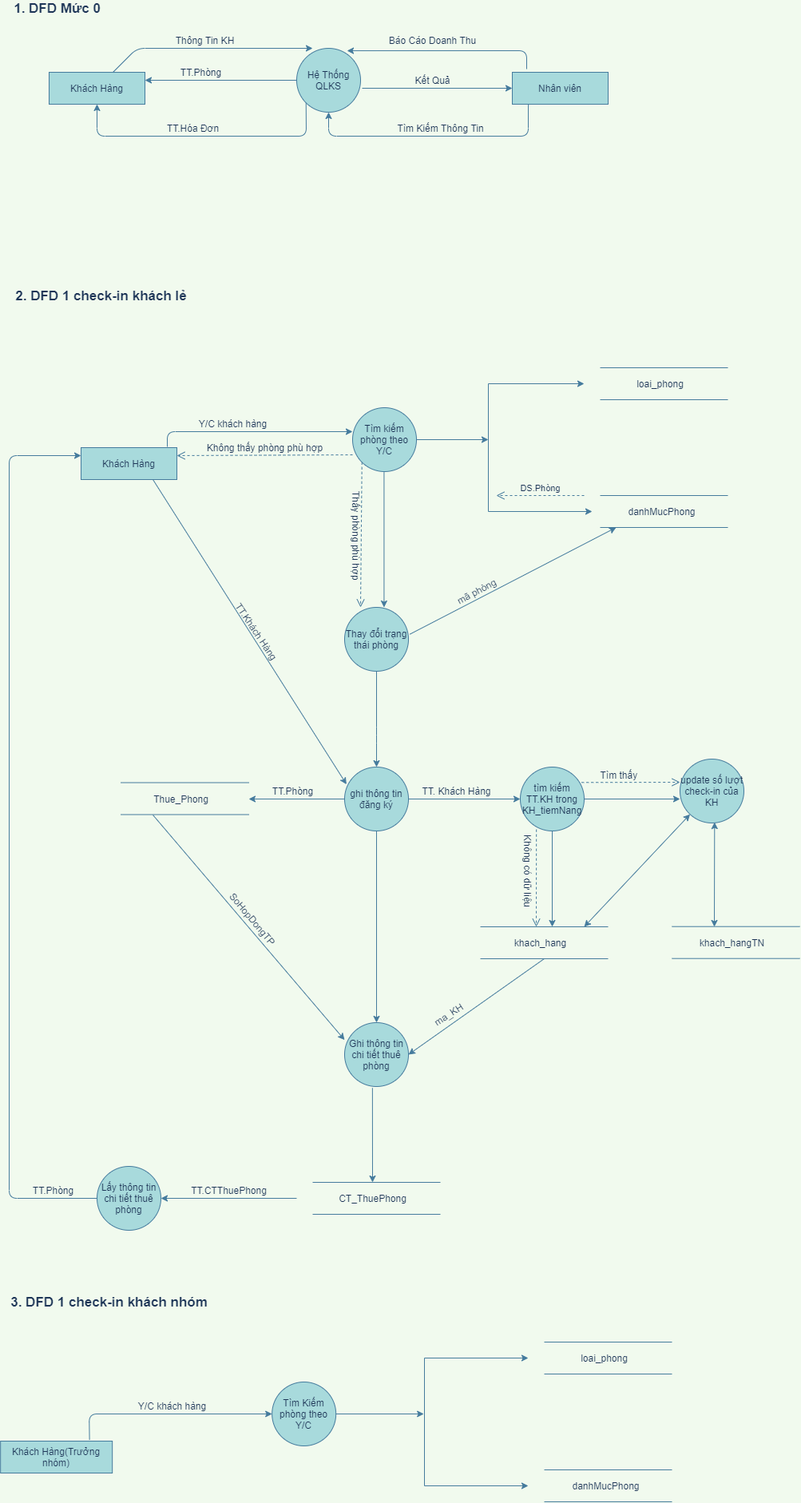
This is DFD-hotel.png from maialino123/QLKS, a draw.io export, as it was before one commit. Source tidied: cells renumbered, new cells last; positions are measured from the earlier drawing's top-left corner, leaving out a move shared by most shapes.
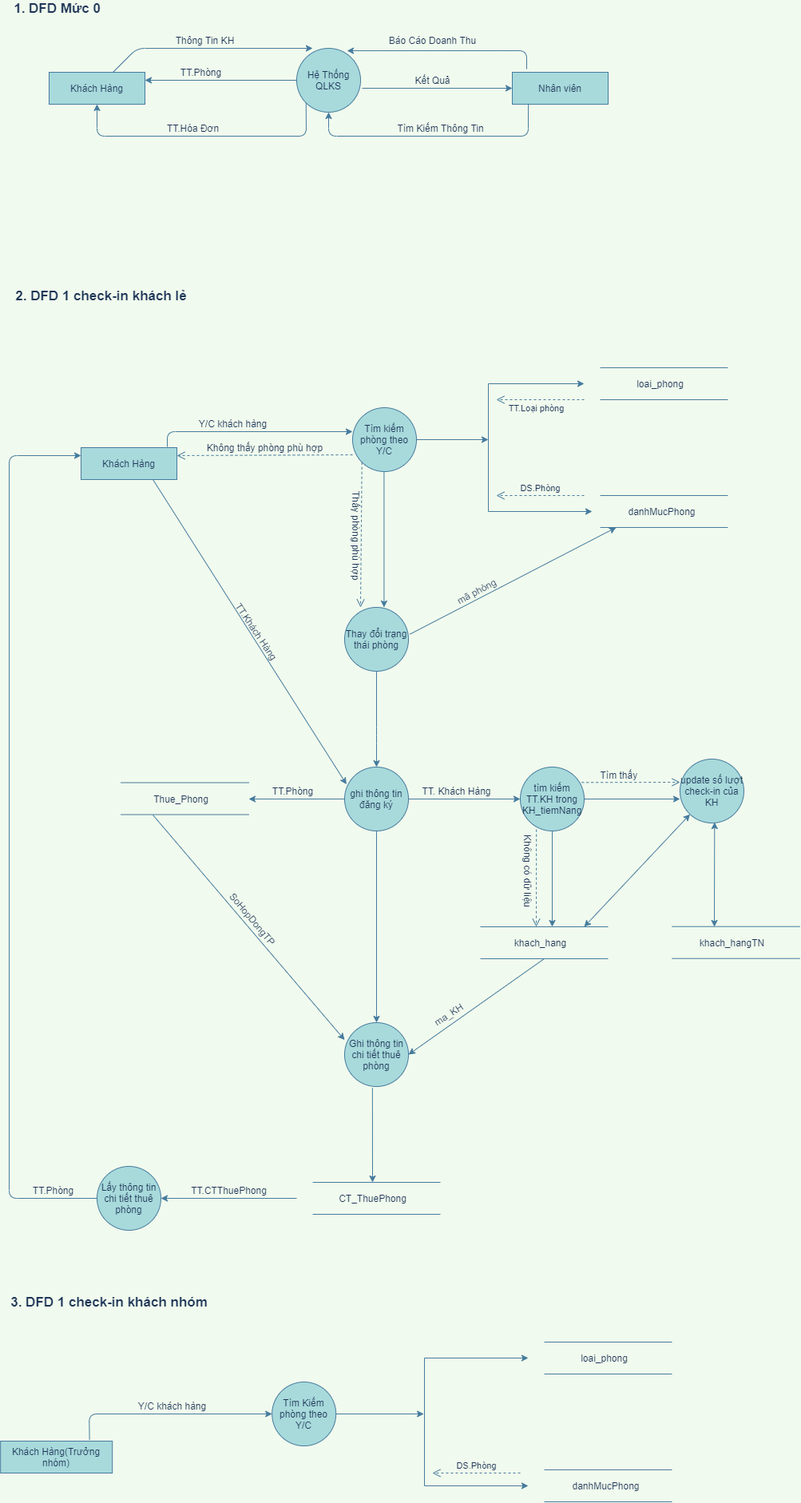
Later version of the same file.

What changed in the source:
```diff
@@ -441,5 +441,17 @@
         <mxPoint x="894.3" y="1029.1" as="targetPoint" />
       </mxGeometry>
     </mxCell>
+    <mxCell id="99" value="DS.Phòng" style="html=1;verticalAlign=bottom;endArrow=open;dashed=1;endSize=8;labelBackgroundColor=#F1FAEE;strokeColor=#457B9D;fontColor=#1D3557;" parent="1" edge="1">
+      <mxGeometry relative="1" as="geometry">
+        <mxPoint x="651" y="1844" as="sourcePoint" />
+        <mxPoint x="541" y="1844" as="targetPoint" />
+      </mxGeometry>
+    </mxCell>
+    <mxCell id="100" value="TT.Loại phòng" style="html=1;verticalAlign=bottom;endArrow=open;dashed=1;endSize=8;labelBackgroundColor=#F1FAEE;strokeColor=#457B9D;fontColor=#1D3557;" parent="1" edge="1">
+      <mxGeometry x="0.09" y="20" relative="1" as="geometry">
+        <mxPoint x="731" y="500" as="sourcePoint" />
+        <mxPoint x="621" y="500" as="targetPoint" />
+      </mxGeometry>
+    </mxCell>
   </root>
 </mxGraphModel>
```
